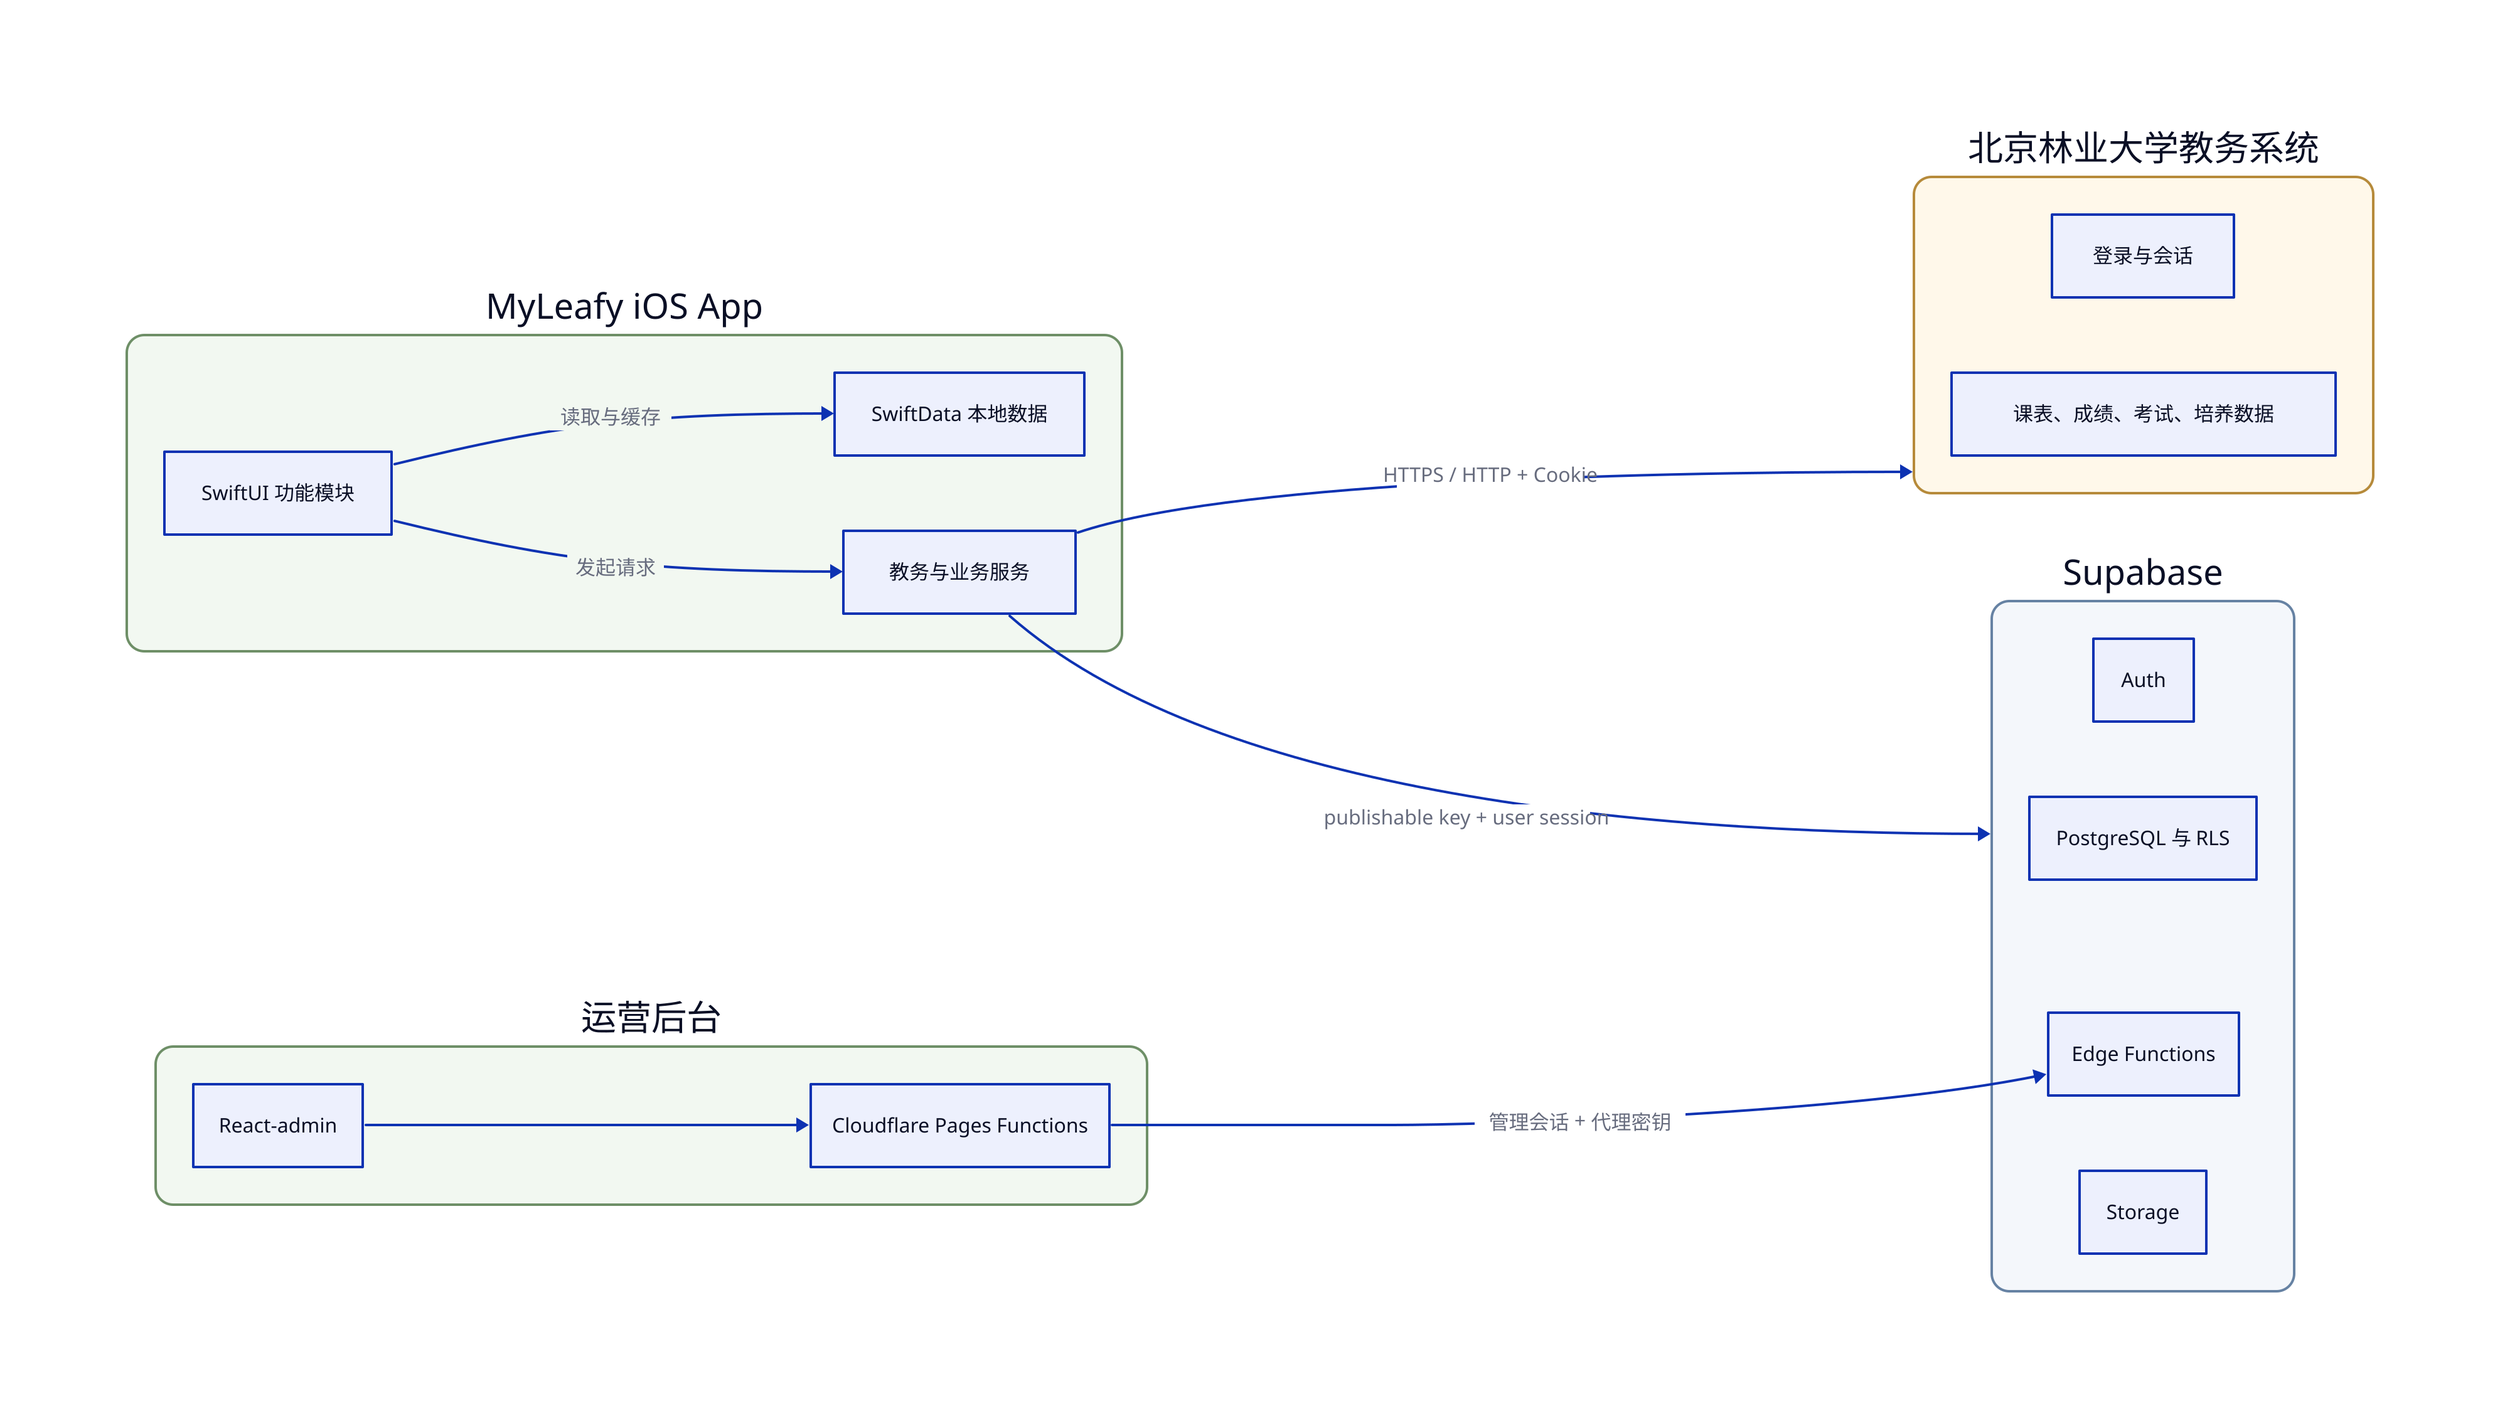
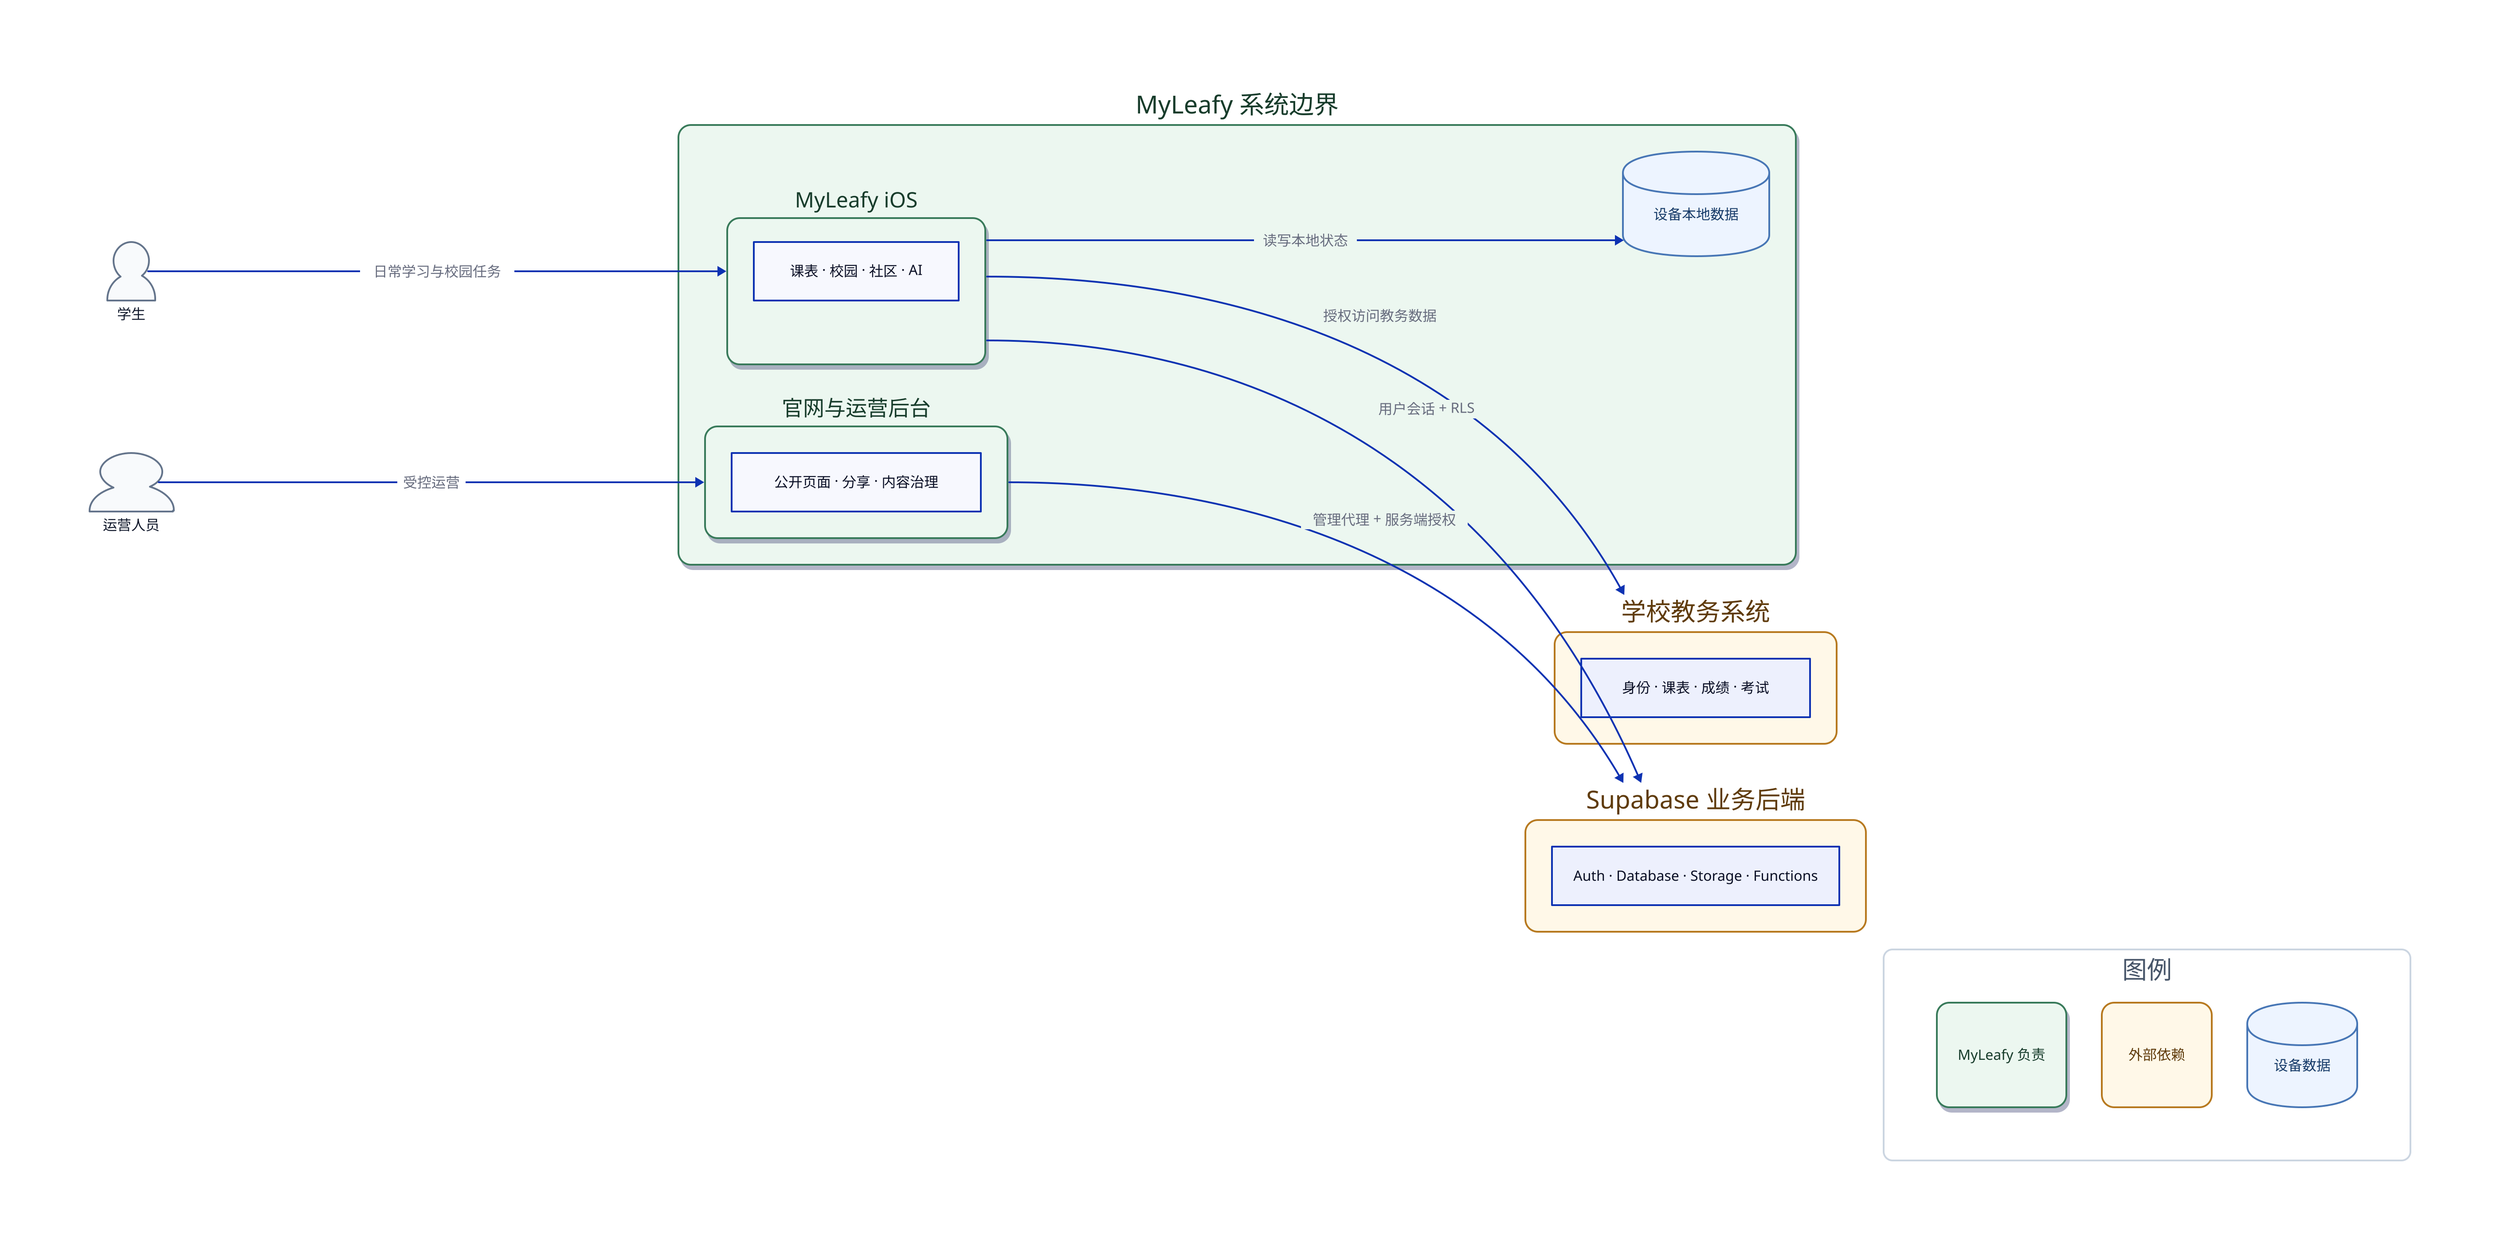
direction: right

+ **: {
+   &leaf: true
+   style.fill: "#FFFFFF"
+   style.stroke: "#CBD5E1"
+   style.font-color: "#334155"
+   style.border-radius: 8
+ }
+ 
classes: {
-   client: {
-     style.fill: "#F2F8F1"
-     style.stroke: "#6E8F67"
+   person: {
+     shape: person
+     style.fill: "#F8FAFC"
+     style.stroke: "#64748B"
+     style.font-color: "#0F172A"
+     style.stroke-width: 2
+   }
+   owned: {
+     style.fill: "#ECF7F0"
+     style.stroke: "#397A5A"
+     style.font-color: "#173C2B"
    style.border-radius: 14
-   }
-   service: {
-     style.fill: "#F4F7FB"
-     style.stroke: "#6682A3"
-     style.border-radius: 14
+     style.stroke-width: 2
+     style.shadow: true
  }
  external: {
-     style.fill: "#FFF8EA"
-     style.stroke: "#B68A3A"
+     style.fill: "#FFF8E8"
+     style.stroke: "#B7791F"
+     style.font-color: "#5F3B0B"
    style.border-radius: 14
+     style.stroke-width: 2
+   }
+   data: {
+     shape: cylinder
+     style.fill: "#EDF4FF"
+     style.stroke: "#4776B5"
+     style.font-color: "#173B68"
+     style.stroke-width: 2
  }
}

- app: MyLeafy iOS App {
-   class: client
-   ui: SwiftUI 功能模块
-   local: SwiftData 本地数据
-   network: 教务与业务服务
+ student: 学生 {class: person}
+ operator: 运营人员 {class: person}

-   ui -> local: 读取与缓存
-   ui -> network: 发起请求
+ myleafy: MyLeafy 系统边界 {
+   class: owned
+   direction: down
+ 
+   ios: MyLeafy iOS {
+     class: owned
+     scope: 课表 · 校园 · 社区 · AI
+   }
+ 
+   local: 设备本地数据 {
+     class: data
+   }
+ 
+   web: 官网与运营后台 {
+     class: owned
+     scope: 公开页面 · 分享 · 内容治理
+   }
+ 
+   ios -> local: 读写本地状态
}

- school: 北京林业大学教务系统 {
+ school: 学校教务系统 {
  class: external
-   login: 登录与会话
-   academic: 课表、成绩、考试、培养数据
+   scope: 身份 · 课表 · 成绩 · 考试
}

- supabase: Supabase {
-   class: service
-   auth: Auth
-   data: PostgreSQL 与 RLS
-   edge: Edge Functions
-   storage: Storage
+ supabase: Supabase 业务后端 {
+   class: external
+   scope: Auth · Database · Storage · Functions
}

- admin: 运营后台 {
-   class: client
-   web: React-admin
-   proxy: Cloudflare Pages Functions
-   web -> proxy
+ student -> myleafy.ios: 日常学习与校园任务
+ operator -> myleafy.web: 受控运营
+ myleafy.ios -> school: 授权访问教务数据
+ myleafy.ios -> supabase: 用户会话 + RLS
+ myleafy.web -> supabase: 管理代理 + 服务端授权
+ 
+ legend: 图例 {
+   near: bottom-right
+   style.fill: "#FFFFFF"
+   style.stroke: "#CBD5E1"
+   style.font-color: "#475569"
+   style.border-radius: 10
+   grid-columns: 3
+   owned: MyLeafy 负责 {class: owned}
+   external: 外部依赖 {class: external}
+   data: 设备数据 {class: data}
}
- 
- app.network -> school: HTTPS / HTTP + Cookie
- app.network -> supabase: publishable key + user session
- admin.proxy -> supabase.edge: 管理会话 + 代理密钥
- 
